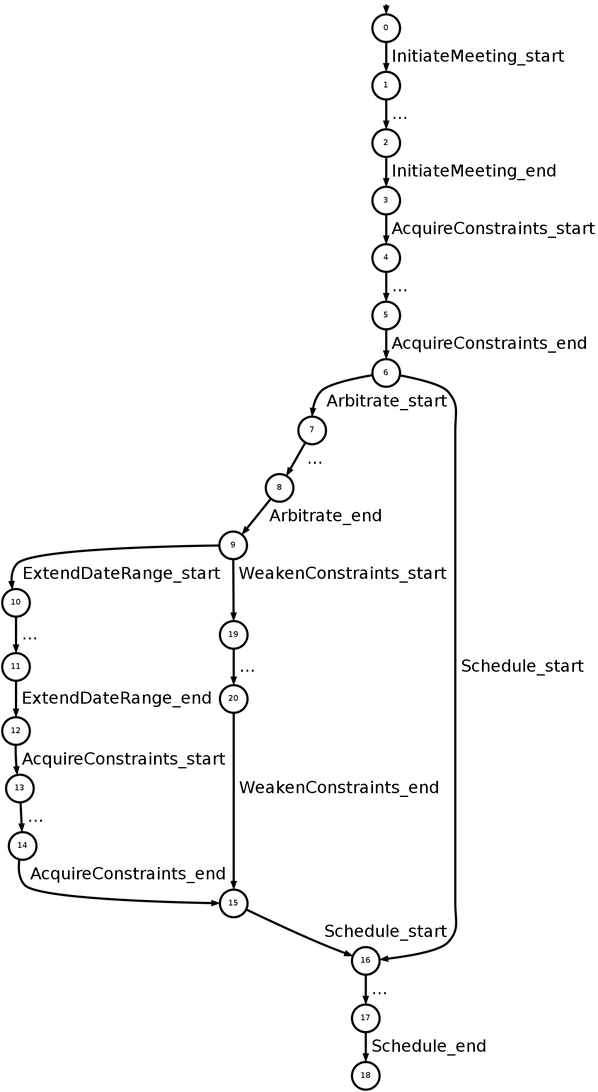
Above: writing/src/3-deductive/images/scheduler-lts.png in blambeau/phd (Graphviz), before the change. Its source is kept beside it as writing/src/3-deductive/images/scheduler-lts.dot.
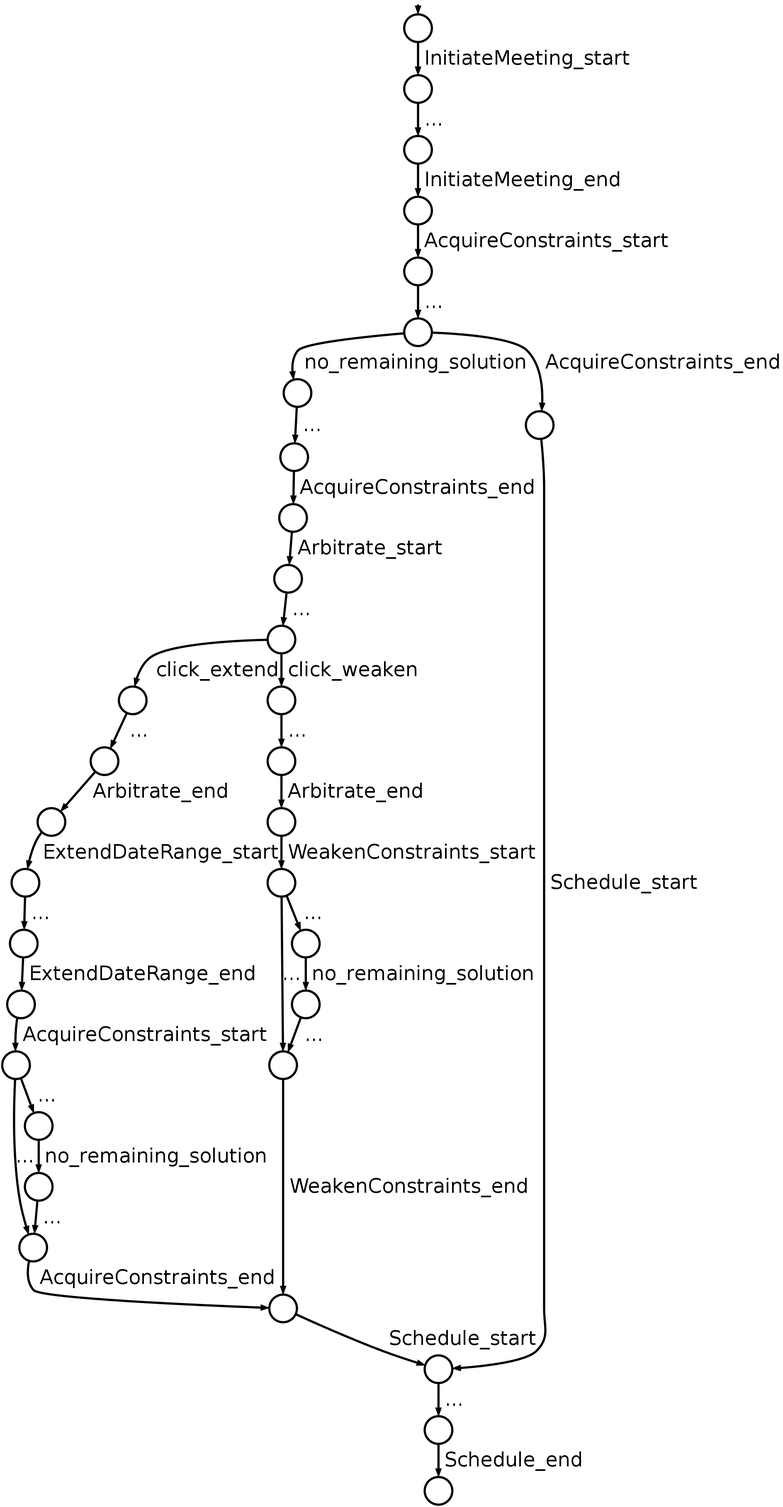
The same diagram one commit later.

Commit message:
Enhanced scheduler LTS image

The edit, as a diff of the source:
```diff
@@ -1,7 +1,8 @@
 digraph G {
   graph [pack=true rankdir=TD ranksep=0 margin=0];
-  node [shape=circle color=black penwidth=4 width=0.7 height=0.7 fixedsize=true]
-  edge [arrowsize=1.5 penwidth=4 fontsize=30]
+  node [shape=circle color=black penwidth=4 width=0.7 height=0.7 fixedsize=true
+        fontcolor=white]
+  edge [arrowsize=1.5 penwidth=4 fontsize=36]
 
   zz [label="" color="white" fillcolor="white" shape="circle" style="filled"
       width=0.05 height=0.05 fixedsize=true ];
@@ -13,27 +14,48 @@
 
   3 -> 4 [label=" AcquireConstraints_start"];
   4 -> 5 [label=" ..."];
+
+  5 -> 90 [label=" no_remaining_solution"];
+  90 -> 91 [label=" ..."];
+  91 -> 92 [label=" AcquireConstraints_end"];
+
   5 -> 6 [label=" AcquireConstraints_end"];
 
-  6 -> 7 [label=" Arbitrate_start"];
+  92 -> 7 [label=" Arbitrate_start"];
   7 -> 8 [label=" ..."];
-  8 -> 9 [label=" Arbitrate_end"];
 
-  9 -> 10 [label=" ExtendDateRange_start"];
+  8 -> 80 [label=" click_extend"]
+  8 -> 85 [label=" click_weaken"]
+
+  80 -> 81 [label=" ..."];
+  81 -> 82 [label=" Arbitrate_end"];
+
+  85 -> 86 [label=" ..."];
+  86 -> 9 [label=" Arbitrate_end"];
+
+  82 -> 10 [label=" ExtendDateRange_start"];
   10 -> 11 [label=" ..."];
   11 -> 12 [label=" ExtendDateRange_end"];
 
   12 -> 13 [label=" AcquireConstraints_start"];
-  13 -> 14 [label=" ..."];
+  13 -> 14 [label="..."];
   14 -> 15 [label=" AcquireConstraints_end"];
+
+  13 -> 70 [label=" ..."]
+  70 -> 71 [label=" no_remaining_solution"];
+  71 -> 14 [label=" ..."]
 
   15 -> 16 [label=" Schedule_start"];
   16 -> 17 [label=" ..."];
   17 -> 18 [label=" Schedule_end"];
 
   9 -> 19 [label=" WeakenConstraints_start"];
-  19 -> 20 [label=" ..."];
+  19 -> 20 [label="..."];
   20 -> 15 [label=" WeakenConstraints_end"];
+
+  19 -> 60 [label=" ..."]
+  60 -> 61 [label=" no_remaining_solution"];
+  61 -> 20 [label=" ..."]
 
   6 -> 16 [label=" Schedule_start"];
 }
```
